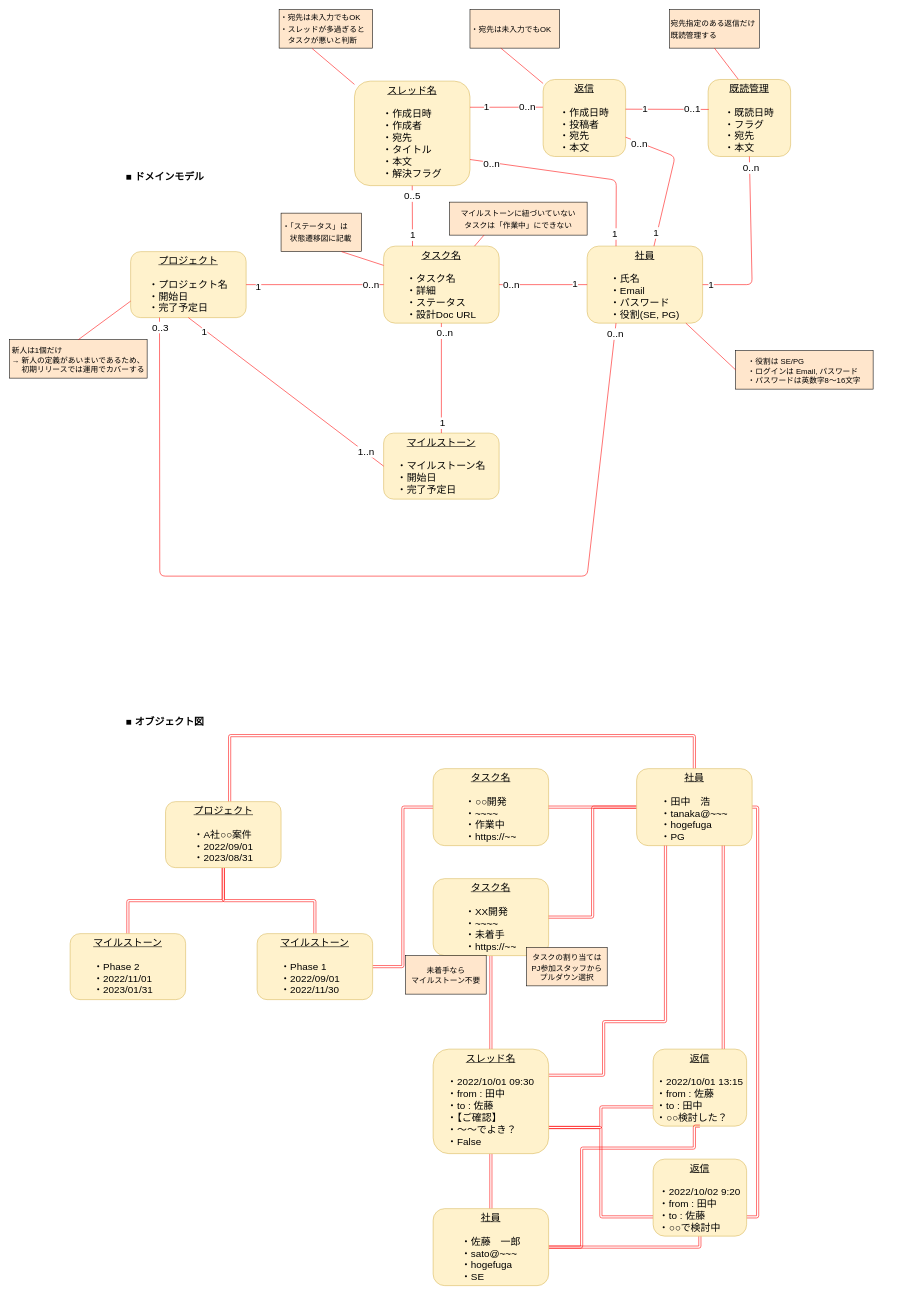
EijiToriki/desigin_practice keeps this draw.io diagram as 29_domain_diagram.drawio. Above is the earlier version. Source tidied: cells renumbered, new cells numbered last; positions are measured from the earlier drawing's top-left corner, leaving out a move shared by most shapes. Both pictures are drawn from the tidied source at 55%, with x=0, y=0 at pixel (9, 9).
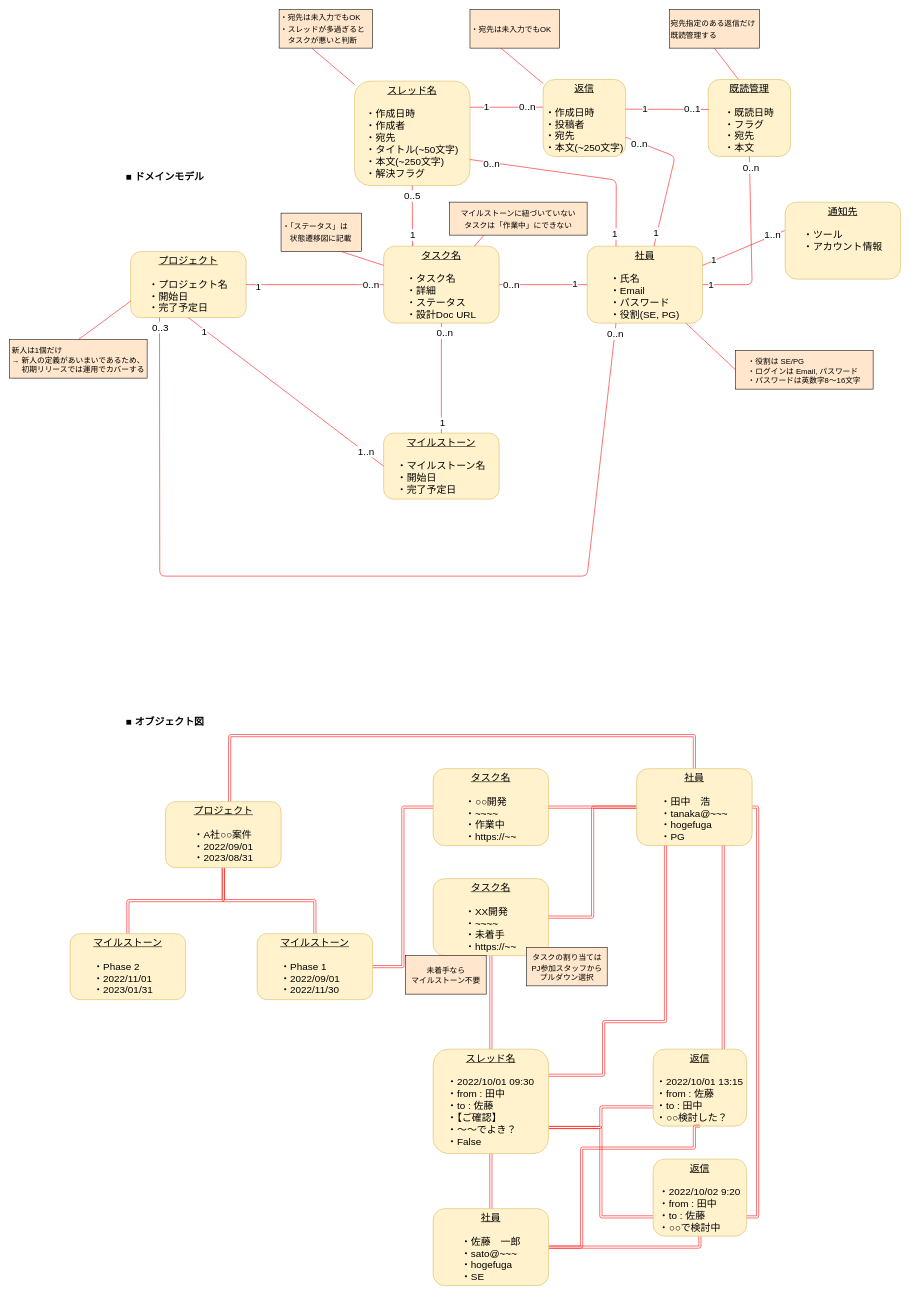
The same diagram, later.

The change refers to these unchanged cells:
```xml
<mxCell id="19" value="&lt;u&gt;社員&lt;/u&gt;&lt;br&gt;&lt;br&gt;&lt;div style=&quot;text-align: left;&quot;&gt;&lt;span style=&quot;background-color: initial;&quot;&gt;・氏名&lt;/span&gt;&lt;/div&gt;&lt;div style=&quot;text-align: left;&quot;&gt;&lt;span style=&quot;background-color: initial;&quot;&gt;・Email&lt;/span&gt;&lt;/div&gt;&lt;div style=&quot;text-align: left;&quot;&gt;&lt;span style=&quot;background-color: initial;&quot;&gt;・パスワード&lt;/span&gt;&lt;/div&gt;&lt;div style=&quot;text-align: left;&quot;&gt;&lt;span style=&quot;background-color: initial;&quot;&gt;・役割(SE, PG)&lt;/span&gt;&lt;/div&gt;" style="rounded=1;whiteSpace=wrap;html=1;fontSize=18;verticalAlign=top;fillColor=#fff2cc;strokeColor=#d6b656;" parent="1" vertex="1">
  <mxGeometry x="1050" y="430" width="210" height="140" as="geometry" />
</mxCell>
```

Change to the diagram source:
```diff
@@
-    <mxCell id="30" value="&lt;u&gt;スレッド名&lt;/u&gt;&lt;br&gt;&lt;br&gt;&lt;div style=&quot;text-align: left;&quot;&gt;&lt;span style=&quot;background-color: initial;&quot;&gt;・作成日時&lt;/span&gt;&lt;/div&gt;&lt;div style=&quot;text-align: left;&quot;&gt;&lt;span style=&quot;background-color: initial;&quot;&gt;・作成者&lt;/span&gt;&lt;/div&gt;&lt;div style=&quot;text-align: left;&quot;&gt;&lt;span style=&quot;background-color: initial;&quot;&gt;・宛先&lt;/span&gt;&lt;/div&gt;&lt;div style=&quot;text-align: left;&quot;&gt;&lt;span style=&quot;background-color: initial;&quot;&gt;・タイトル&lt;/span&gt;&lt;/div&gt;&lt;div style=&quot;text-align: left;&quot;&gt;&lt;span style=&quot;background-color: initial;&quot;&gt;・本文&lt;/span&gt;&lt;/div&gt;&lt;div style=&quot;text-align: left;&quot;&gt;&lt;span style=&quot;background-color: initial;&quot;&gt;・解決フラグ&lt;/span&gt;&lt;/div&gt;" style="rounded=1;whiteSpace=wrap;html=1;fontSize=18;verticalAlign=top;fillColor=#fff2cc;strokeColor=#d6b656;" parent="1" vertex="1">
+    <mxCell id="30" value="&lt;u&gt;スレッド名&lt;/u&gt;&lt;br&gt;&lt;br&gt;&lt;div style=&quot;text-align: left;&quot;&gt;&lt;span style=&quot;background-color: initial;&quot;&gt;・作成日時&lt;/span&gt;&lt;/div&gt;&lt;div style=&quot;text-align: left;&quot;&gt;&lt;span style=&quot;background-color: initial;&quot;&gt;・作成者&lt;/span&gt;&lt;/div&gt;&lt;div style=&quot;text-align: left;&quot;&gt;&lt;span style=&quot;background-color: initial;&quot;&gt;・宛先&lt;/span&gt;&lt;/div&gt;&lt;div style=&quot;text-align: left;&quot;&gt;&lt;span style=&quot;background-color: initial;&quot;&gt;・タイトル(~50文字)&lt;/span&gt;&lt;/div&gt;&lt;div style=&quot;text-align: left;&quot;&gt;&lt;span style=&quot;background-color: initial;&quot;&gt;・本文(~250文字)&lt;/span&gt;&lt;/div&gt;&lt;div style=&quot;text-align: left;&quot;&gt;&lt;span style=&quot;background-color: initial;&quot;&gt;・解決フラグ&lt;/span&gt;&lt;/div&gt;" style="rounded=1;whiteSpace=wrap;html=1;fontSize=18;verticalAlign=top;fillColor=#fff2cc;strokeColor=#d6b656;" parent="1" vertex="1">
       <mxGeometry x="627" y="130" width="210" height="190" as="geometry" />
     </mxCell>
@@
-    <mxCell id="36" value="&lt;u&gt;返信&lt;/u&gt;&lt;br&gt;&lt;br&gt;&lt;div style=&quot;text-align: left;&quot;&gt;&lt;span style=&quot;background-color: initial;&quot;&gt;・作成日時&lt;/span&gt;&lt;/div&gt;&lt;div style=&quot;text-align: left;&quot;&gt;&lt;span style=&quot;background-color: initial;&quot;&gt;・投稿者&lt;/span&gt;&lt;/div&gt;&lt;div style=&quot;text-align: left;&quot;&gt;&lt;span style=&quot;background-color: initial;&quot;&gt;・宛先&lt;/span&gt;&lt;/div&gt;&lt;div style=&quot;text-align: left;&quot;&gt;&lt;span style=&quot;background-color: initial;&quot;&gt;・本文&lt;/span&gt;&lt;br&gt;&lt;/div&gt;&lt;div style=&quot;text-align: left;&quot;&gt;&lt;br&gt;&lt;/div&gt;" style="rounded=1;whiteSpace=wrap;html=1;fontSize=18;verticalAlign=top;fillColor=#fff2cc;strokeColor=#d6b656;" parent="1" vertex="1">
+    <mxCell id="36" value="&lt;u&gt;返信&lt;/u&gt;&lt;br&gt;&lt;br&gt;&lt;div style=&quot;text-align: left;&quot;&gt;&lt;span style=&quot;background-color: initial;&quot;&gt;・作成日時&lt;/span&gt;&lt;/div&gt;&lt;div style=&quot;text-align: left;&quot;&gt;&lt;span style=&quot;background-color: initial;&quot;&gt;・投稿者&lt;/span&gt;&lt;/div&gt;&lt;div style=&quot;text-align: left;&quot;&gt;&lt;span style=&quot;background-color: initial;&quot;&gt;・宛先&lt;/span&gt;&lt;/div&gt;&lt;div style=&quot;text-align: left;&quot;&gt;&lt;span style=&quot;background-color: initial;&quot;&gt;・本文(~250文字)&lt;/span&gt;&lt;br&gt;&lt;/div&gt;&lt;div style=&quot;text-align: left;&quot;&gt;&lt;br&gt;&lt;/div&gt;" style="rounded=1;whiteSpace=wrap;html=1;fontSize=18;verticalAlign=top;fillColor=#fff2cc;strokeColor=#d6b656;" parent="1" vertex="1">
       <mxGeometry x="970" y="127" width="150" height="140" as="geometry" />
     </mxCell>
@@
+    <mxCell id="86" value="&lt;u&gt;通知先&lt;/u&gt;&lt;br&gt;&lt;br&gt;&lt;div style=&quot;text-align: left;&quot;&gt;&lt;span style=&quot;background-color: initial;&quot;&gt;・ツール&lt;/span&gt;&lt;/div&gt;&lt;div style=&quot;text-align: left;&quot;&gt;&lt;span style=&quot;background-color: initial;&quot;&gt;・アカウント情報&lt;/span&gt;&lt;/div&gt;" style="rounded=1;whiteSpace=wrap;html=1;fontSize=18;verticalAlign=top;fillColor=#fff2cc;strokeColor=#d6b656;" parent="1" vertex="1">
+      <mxGeometry x="1410" y="350" width="210" height="140" as="geometry" />
+    </mxCell>
+    <mxCell id="87" style="endArrow=none;html=1;fontSize=18;exitX=-0.003;exitY=0.369;exitDx=0;exitDy=0;strokeColor=#FF0000;entryX=1;entryY=0.25;entryDx=0;entryDy=0;exitPerimeter=0;" parent="1" edge="1" source="86" target="19">
+      <mxGeometry relative="1" as="geometry" />
+    </mxCell>
+    <mxCell id="88" value="&lt;span style=&quot;font-size: 18px;&quot;&gt;1&lt;/span&gt;" style="edgeLabel;html=1;align=center;verticalAlign=middle;fontSize=14;" parent="87" vertex="1">
+      <mxGeometry x="0.74" y="-1" relative="1" as="geometry" />
+    </mxCell>
+    <mxCell id="89" value="1..n" style="edgeLabel;html=1;align=center;verticalAlign=middle;fontSize=18;" parent="87" vertex="1">
+      <mxGeometry x="-0.71" y="-3" relative="1" as="geometry" />
+    </mxCell>
```
